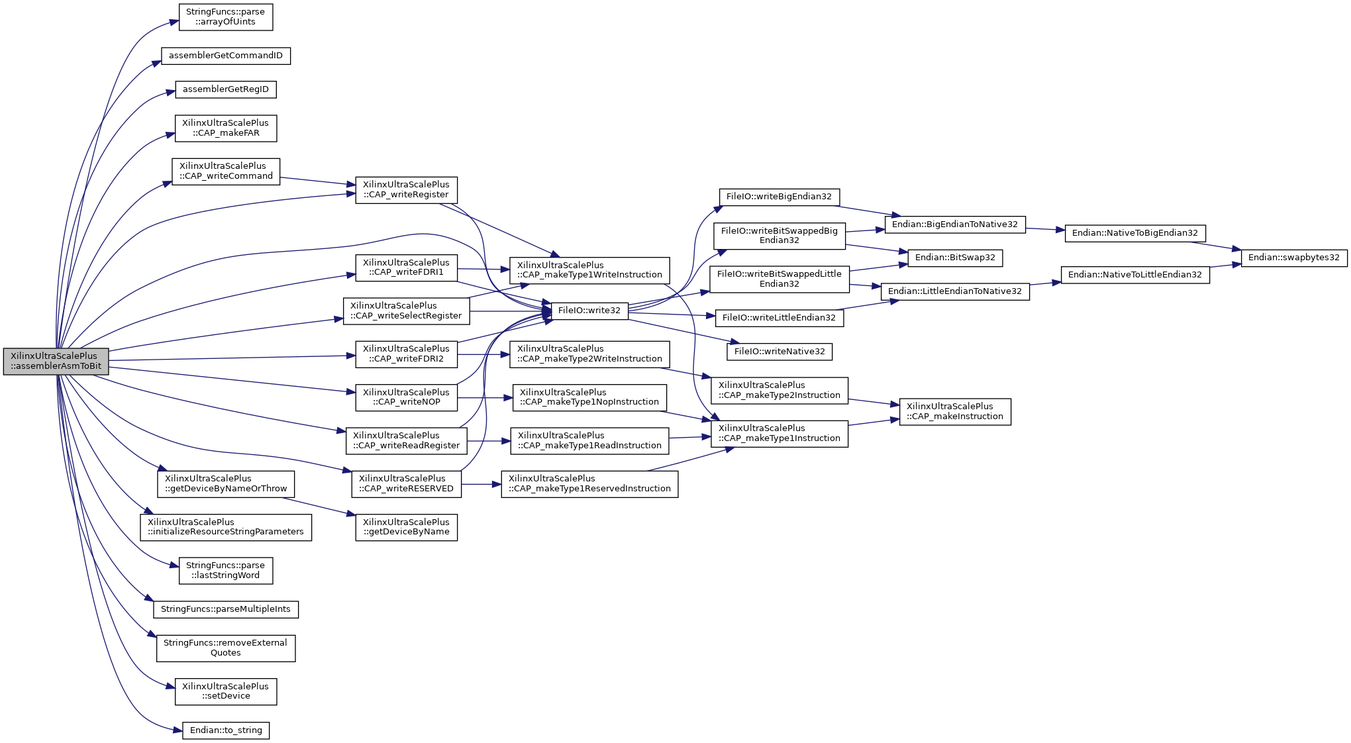
Before: classXilinxUltraScalePlus_a058802c627c4177c6fd88ca079551207_cgraph.png, a diagram exported from Graphviz (FPGA-Research-Manchester/byteman). Its source is kept beside it as classXilinxUltraScalePlus_a058802c627c4177c6fd88ca079551207_cgraph.dot.
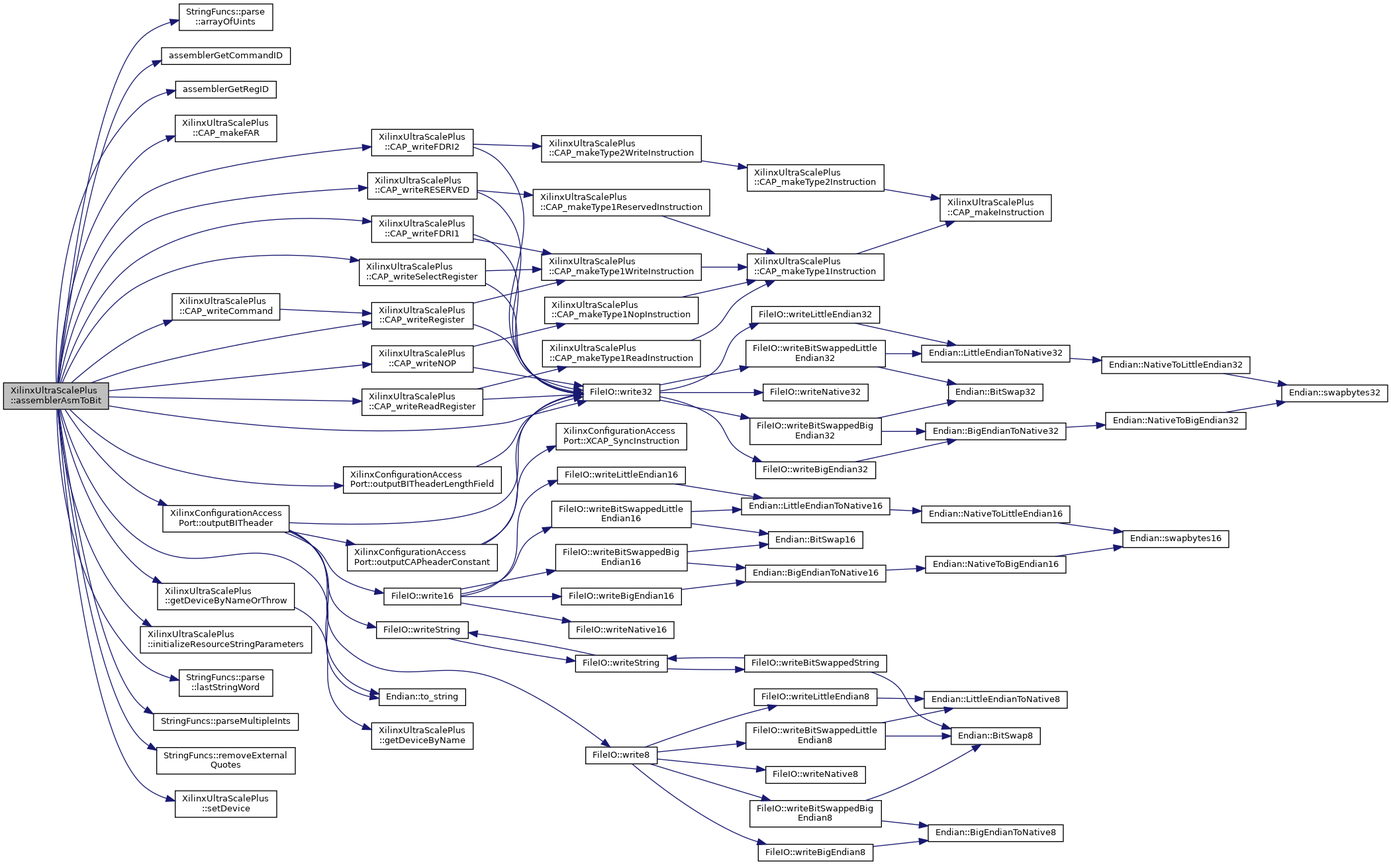
The same diagram one commit later.

Change to the diagram source:
```diff
@@ -94,12 +94,82 @@
   Node1 -> Node37 [color="midnightblue",fontsize="10",style="solid",fontname="Helvetica"];
   Node37 [label="StringFuncs::parse\l::lastStringWord",height=0.2,width=0.4,color="black", fillcolor="white", style="filled",URL="$namespaceStringFuncs_1_1parse.html#aa8383cc85530e6443ce534719e7bdf5a",tooltip=" "];
   Node1 -> Node38 [color="midnightblue",fontsize="10",style="solid",fontname="Helvetica"];
-  Node38 [label="StringFuncs::parseMultipleInts",height=0.2,width=0.4,color="black", fillcolor="white", style="filled",URL="$namespaceStringFuncs.html#a7e1cc9be2328b6006a110bc9d306785e",tooltip=" "];
-  Node1 -> Node39 [color="midnightblue",fontsize="10",style="solid",fontname="Helvetica"];
-  Node39 [label="StringFuncs::removeExternal\lQuotes",height=0.2,width=0.4,color="black", fillcolor="white", style="filled",URL="$namespaceStringFuncs.html#aec2ae55ad49bf5b3c768a8f016a48405",tooltip=" "];
-  Node1 -> Node40 [color="midnightblue",fontsize="10",style="solid",fontname="Helvetica"];
-  Node40 [label="XilinxUltraScalePlus\l::setDevice",height=0.2,width=0.4,color="black", fillcolor="white", style="filled",URL="$classXilinxUltraScalePlus.html#a762297dd90b02efcbb4a4aa0274dd34b",tooltip=" "];
+  Node38 [label="XilinxConfigurationAccess\lPort::outputBITheader",height=0.2,width=0.4,color="black", fillcolor="white", style="filled",URL="$classXilinxConfigurationAccessPort.html#a80c8f1b9404adad15c0eb26612e0f028",tooltip=" "];
+  Node38 -> Node39 [color="midnightblue",fontsize="10",style="solid",fontname="Helvetica"];
+  Node39 [label="XilinxConfigurationAccess\lPort::outputCAPheaderConstant",height=0.2,width=0.4,color="black", fillcolor="white", style="filled",URL="$classXilinxConfigurationAccessPort.html#a64029ac1ea70312a6a2deee735fe4018",tooltip=" "];
+  Node39 -> Node11 [color="midnightblue",fontsize="10",style="solid",fontname="Helvetica"];
+  Node39 -> Node40 [color="midnightblue",fontsize="10",style="solid",fontname="Helvetica"];
+  Node40 [label="XilinxConfigurationAccess\lPort::XCAP_SyncInstruction",height=0.2,width=0.4,color="black", fillcolor="white", style="filled",URL="$classXilinxConfigurationAccessPort.html#a9ae26bf52a66b293798e560febf9db77",tooltip=" "];
+  Node38 -> Node41 [color="midnightblue",fontsize="10",style="solid",fontname="Helvetica"];
+  Node41 [label="Endian::to_string",height=0.2,width=0.4,color="black", fillcolor="white", style="filled",URL="$namespaceEndian.html#a8ec188b346b1ec0ff9004c53dab82053",tooltip=" "];
+  Node38 -> Node42 [color="midnightblue",fontsize="10",style="solid",fontname="Helvetica"];
+  Node42 [label="FileIO::write16",height=0.2,width=0.4,color="black", fillcolor="white", style="filled",URL="$namespaceFileIO.html#af1f2fd16a042a61fb659f8b4ffa33055",tooltip=" "];
+  Node42 -> Node43 [color="midnightblue",fontsize="10",style="solid",fontname="Helvetica"];
+  Node43 [label="FileIO::writeBigEndian16",height=0.2,width=0.4,color="black", fillcolor="white", style="filled",URL="$namespaceFileIO.html#aebd151d7c49816539cdf5bc4810e16eb",tooltip=" "];
+  Node43 -> Node44 [color="midnightblue",fontsize="10",style="solid",fontname="Helvetica"];
+  Node44 [label="Endian::BigEndianToNative16",height=0.2,width=0.4,color="black", fillcolor="white", style="filled",URL="$namespaceEndian.html#afb674eed3d17c61f0d99ecb1b2737ad5",tooltip=" "];
+  Node44 -> Node45 [color="midnightblue",fontsize="10",style="solid",fontname="Helvetica"];
+  Node45 [label="Endian::NativeToBigEndian16",height=0.2,width=0.4,color="black", fillcolor="white", style="filled",URL="$namespaceEndian.html#a93717d389cf7fd2e4c837599124ac67d",tooltip=" "];
+  Node45 -> Node46 [color="midnightblue",fontsize="10",style="solid",fontname="Helvetica"];
+  Node46 [label="Endian::swapbytes16",height=0.2,width=0.4,color="black", fillcolor="white", style="filled",URL="$namespaceEndian.html#a374ca218715c0e791eb073a14a66647f",tooltip=" "];
+  Node42 -> Node47 [color="midnightblue",fontsize="10",style="solid",fontname="Helvetica"];
+  Node47 [label="FileIO::writeBitSwappedBig\lEndian16",height=0.2,width=0.4,color="black", fillcolor="white", style="filled",URL="$namespaceFileIO.html#ab9ba90afc8f12d350f74a0c8bdc6b579",tooltip=" "];
+  Node47 -> Node44 [color="midnightblue",fontsize="10",style="solid",fontname="Helvetica"];
+  Node47 -> Node48 [color="midnightblue",fontsize="10",style="solid",fontname="Helvetica"];
+  Node48 [label="Endian::BitSwap16",height=0.2,width=0.4,color="black", fillcolor="white", style="filled",URL="$namespaceEndian.html#a299b13501873eba82fbb3df182a26414",tooltip=" "];
+  Node42 -> Node49 [color="midnightblue",fontsize="10",style="solid",fontname="Helvetica"];
+  Node49 [label="FileIO::writeBitSwappedLittle\lEndian16",height=0.2,width=0.4,color="black", fillcolor="white", style="filled",URL="$namespaceFileIO.html#ac8d0bf27e959dcb5ff6dc46f4a084f35",tooltip=" "];
+  Node49 -> Node48 [color="midnightblue",fontsize="10",style="solid",fontname="Helvetica"];
+  Node49 -> Node50 [color="midnightblue",fontsize="10",style="solid",fontname="Helvetica"];
+  Node50 [label="Endian::LittleEndianToNative16",height=0.2,width=0.4,color="black", fillcolor="white", style="filled",URL="$namespaceEndian.html#ae5a1794961e4b010f98402e353502c23",tooltip=" "];
+  Node50 -> Node51 [color="midnightblue",fontsize="10",style="solid",fontname="Helvetica"];
+  Node51 [label="Endian::NativeToLittleEndian16",height=0.2,width=0.4,color="black", fillcolor="white", style="filled",URL="$namespaceEndian.html#a4a6b9949494c8d1e6bf260513542fc79",tooltip=" "];
+  Node51 -> Node46 [color="midnightblue",fontsize="10",style="solid",fontname="Helvetica"];
+  Node42 -> Node52 [color="midnightblue",fontsize="10",style="solid",fontname="Helvetica"];
+  Node52 [label="FileIO::writeLittleEndian16",height=0.2,width=0.4,color="black", fillcolor="white", style="filled",URL="$namespaceFileIO.html#affd7f11b68ed7b5c0a65d5b1e5703492",tooltip=" "];
+  Node52 -> Node50 [color="midnightblue",fontsize="10",style="solid",fontname="Helvetica"];
+  Node42 -> Node53 [color="midnightblue",fontsize="10",style="solid",fontname="Helvetica"];
+  Node53 [label="FileIO::writeNative16",height=0.2,width=0.4,color="black", fillcolor="white", style="filled",URL="$namespaceFileIO.html#ad8e75b6c4bdcf4df31b0bf5513f0a42b",tooltip=" "];
+  Node38 -> Node11 [color="midnightblue",fontsize="10",style="solid",fontname="Helvetica"];
+  Node38 -> Node54 [color="midnightblue",fontsize="10",style="solid",fontname="Helvetica"];
+  Node54 [label="FileIO::write8",height=0.2,width=0.4,color="black", fillcolor="white", style="filled",URL="$namespaceFileIO.html#a20a00cf946aecd26e3a65b95ea0f7f60",tooltip=" "];
+  Node54 -> Node55 [color="midnightblue",fontsize="10",style="solid",fontname="Helvetica"];
+  Node55 [label="FileIO::writeBigEndian8",height=0.2,width=0.4,color="black", fillcolor="white", style="filled",URL="$namespaceFileIO.html#ace27e8bf091c04daa573cf803e609311",tooltip=" "];
+  Node55 -> Node56 [color="midnightblue",fontsize="10",style="solid",fontname="Helvetica"];
+  Node56 [label="Endian::BigEndianToNative8",height=0.2,width=0.4,color="black", fillcolor="white", style="filled",URL="$namespaceEndian.html#a1b015d819713390c25d87cc03f75be8f",tooltip=" "];
+  Node54 -> Node57 [color="midnightblue",fontsize="10",style="solid",fontname="Helvetica"];
+  Node57 [label="FileIO::writeBitSwappedBig\lEndian8",height=0.2,width=0.4,color="black", fillcolor="white", style="filled",URL="$namespaceFileIO.html#a197b48d6f4ff8c29bef92be77150612c",tooltip=" "];
+  Node57 -> Node56 [color="midnightblue",fontsize="10",style="solid",fontname="Helvetica"];
+  Node57 -> Node58 [color="midnightblue",fontsize="10",style="solid",fontname="Helvetica"];
+  Node58 [label="Endian::BitSwap8",height=0.2,width=0.4,color="black", fillcolor="white", style="filled",URL="$namespaceEndian.html#a36a7e410427efdc262d2d4c93fb80561",tooltip=" "];
+  Node54 -> Node59 [color="midnightblue",fontsize="10",style="solid",fontname="Helvetica"];
+  Node59 [label="FileIO::writeBitSwappedLittle\lEndian8",height=0.2,width=0.4,color="black", fillcolor="white", style="filled",URL="$namespaceFileIO.html#ad920e62a7bbafa7d5ba065b5e1f0fab7",tooltip=" "];
+  Node59 -> Node58 [color="midnightblue",fontsize="10",style="solid",fontname="Helvetica"];
+  Node59 -> Node60 [color="midnightblue",fontsize="10",style="solid",fontname="Helvetica"];
+  Node60 [label="Endian::LittleEndianToNative8",height=0.2,width=0.4,color="black", fillcolor="white", style="filled",URL="$namespaceEndian.html#a3e240c93c1ff33708295c8d92b0ebe92",tooltip=" "];
+  Node54 -> Node61 [color="midnightblue",fontsize="10",style="solid",fontname="Helvetica"];
+  Node61 [label="FileIO::writeLittleEndian8",height=0.2,width=0.4,color="black", fillcolor="white", style="filled",URL="$namespaceFileIO.html#a9e2948acf480edba90b44e53ab9b3bdf",tooltip=" "];
+  Node61 -> Node60 [color="midnightblue",fontsize="10",style="solid",fontname="Helvetica"];
+  Node54 -> Node62 [color="midnightblue",fontsize="10",style="solid",fontname="Helvetica"];
+  Node62 [label="FileIO::writeNative8",height=0.2,width=0.4,color="black", fillcolor="white", style="filled",URL="$namespaceFileIO.html#aa760d33a91428f38b62a647ed615160e",tooltip=" "];
+  Node38 -> Node63 [color="midnightblue",fontsize="10",style="solid",fontname="Helvetica"];
+  Node63 [label="FileIO::writeString",height=0.2,width=0.4,color="black", fillcolor="white", style="filled",URL="$namespaceFileIO.html#af3354ec506fedaa1272ca02c6da08cd0",tooltip=" "];
+  Node63 -> Node64 [color="midnightblue",fontsize="10",style="solid",fontname="Helvetica"];
+  Node64 [label="FileIO::writeString",height=0.2,width=0.4,color="black", fillcolor="white", style="filled",URL="$namespaceFileIO.html#a32ca63187b58b8cc78338fa631d50778",tooltip=" "];
+  Node64 -> Node65 [color="midnightblue",fontsize="10",style="solid",fontname="Helvetica"];
+  Node65 [label="FileIO::writeBitSwappedString",height=0.2,width=0.4,color="black", fillcolor="white", style="filled",URL="$namespaceFileIO.html#aaf4f6a73076432b1faddd4d63f0b0c86",tooltip=" "];
+  Node65 -> Node58 [color="midnightblue",fontsize="10",style="solid",fontname="Helvetica"];
+  Node65 -> Node64 [color="midnightblue",fontsize="10",style="solid",fontname="Helvetica"];
+  Node64 -> Node63 [color="midnightblue",fontsize="10",style="solid",fontname="Helvetica"];
+  Node1 -> Node66 [color="midnightblue",fontsize="10",style="solid",fontname="Helvetica"];
+  Node66 [label="XilinxConfigurationAccess\lPort::outputBITheaderLengthField",height=0.2,width=0.4,color="black", fillcolor="white", style="filled",URL="$classXilinxConfigurationAccessPort.html#ad3da926b34bed81d4a0813743f11c3f6",tooltip=" "];
+  Node66 -> Node11 [color="midnightblue",fontsize="10",style="solid",fontname="Helvetica"];
+  Node1 -> Node67 [color="midnightblue",fontsize="10",style="solid",fontname="Helvetica"];
+  Node67 [label="StringFuncs::parseMultipleInts",height=0.2,width=0.4,color="black", fillcolor="white", style="filled",URL="$namespaceStringFuncs.html#a7e1cc9be2328b6006a110bc9d306785e",tooltip=" "];
+  Node1 -> Node68 [color="midnightblue",fontsize="10",style="solid",fontname="Helvetica"];
+  Node68 [label="StringFuncs::removeExternal\lQuotes",height=0.2,width=0.4,color="black", fillcolor="white", style="filled",URL="$namespaceStringFuncs.html#aec2ae55ad49bf5b3c768a8f016a48405",tooltip=" "];
+  Node1 -> Node69 [color="midnightblue",fontsize="10",style="solid",fontname="Helvetica"];
+  Node69 [label="XilinxUltraScalePlus\l::setDevice",height=0.2,width=0.4,color="black", fillcolor="white", style="filled",URL="$classXilinxUltraScalePlus.html#a762297dd90b02efcbb4a4aa0274dd34b",tooltip=" "];
   Node1 -> Node41 [color="midnightblue",fontsize="10",style="solid",fontname="Helvetica"];
-  Node41 [label="Endian::to_string",height=0.2,width=0.4,color="black", fillcolor="white", style="filled",URL="$namespaceEndian.html#a8ec188b346b1ec0ff9004c53dab82053",tooltip=" "];
   Node1 -> Node11 [color="midnightblue",fontsize="10",style="solid",fontname="Helvetica"];
 }
```
